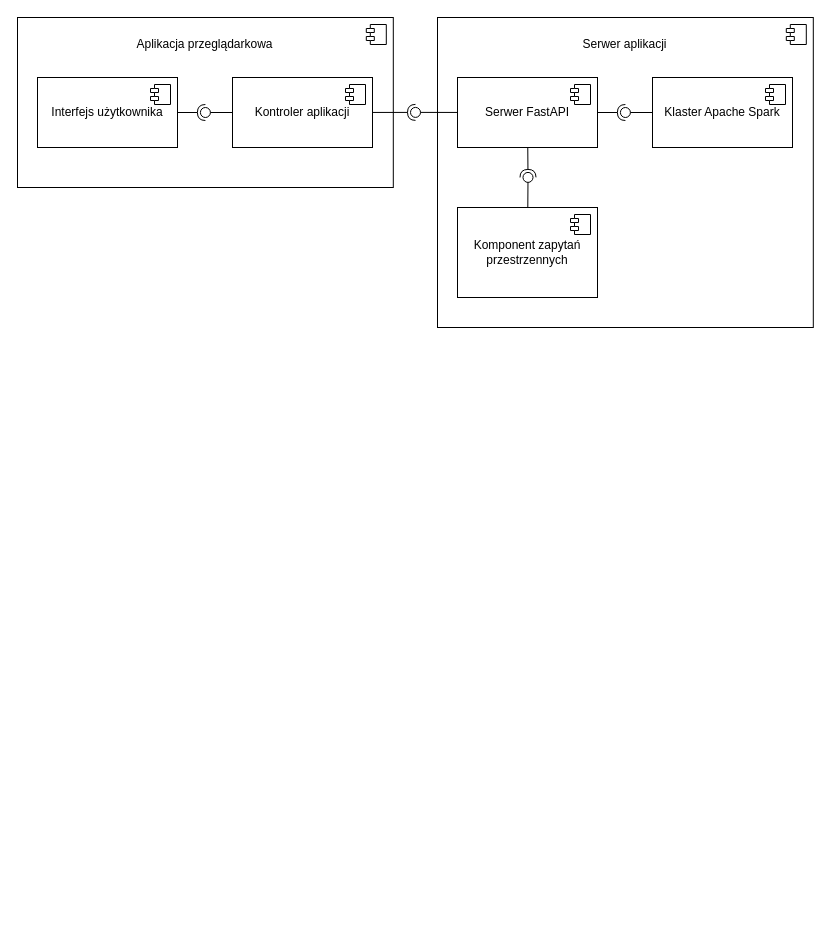
Before: geoprison_diagrams.drawio in radekaadek/geoprison, a draw.io diagram. Source tidied: cells renumbered, new cells numbered last; positions are measured from the earlier drawing's top-left corner, leaving out a move shared by most shapes. Both pictures are drawn from the tidied source at 100%, with x=0, y=0 at pixel (17, 17).
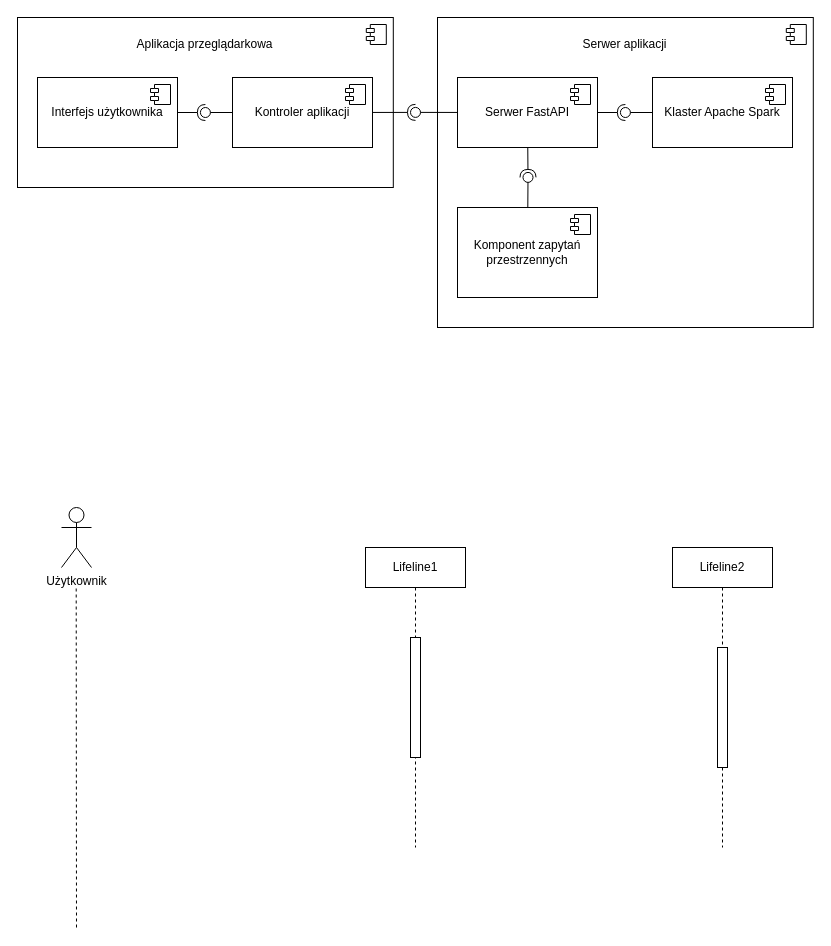
After the change.

Change to the diagram source:
```diff
@@
+    <mxCell id="28" value="Użytkownik" style="shape=umlActor;verticalLabelPosition=bottom;verticalAlign=top;html=1;" parent="1" vertex="1">
+      <mxGeometry x="44" y="490" width="30" height="60" as="geometry" />
+    </mxCell>
+    <mxCell id="29" value="Lifeline2" style="shape=umlLifeline;perimeter=lifelinePerimeter;whiteSpace=wrap;html=1;newEdgeStyle={&quot;edgeStyle&quot;:&quot;elbowEdgeStyle&quot;,&quot;elbow&quot;:&quot;vertical&quot;,&quot;curved&quot;:0,&quot;rounded&quot;:0};" parent="1" vertex="1">
+      <mxGeometry x="655" y="530" width="100" height="300" as="geometry" />
+    </mxCell>
+    <mxCell id="30" style="html=1;perimeter=orthogonalPerimeter;targetShapes=umlLifeline;newEdgeStyle={&quot;curved&quot;:0,&quot;rounded&quot;:0};" parent="29" vertex="1">
+      <mxGeometry x="45" y="100" width="10" height="120" as="geometry" />
+    </mxCell>
+    <mxCell id="31" value="Lifeline1" style="shape=umlLifeline;perimeter=lifelinePerimeter;whiteSpace=wrap;html=1;newEdgeStyle={&quot;edgeStyle&quot;:&quot;elbowEdgeStyle&quot;,&quot;elbow&quot;:&quot;vertical&quot;,&quot;curved&quot;:0,&quot;rounded&quot;:0};" parent="1" vertex="1">
+      <mxGeometry x="348" y="530" width="100" height="300" as="geometry" />
+    </mxCell>
+    <mxCell id="32" style="html=1;perimeter=orthogonalPerimeter;targetShapes=umlLifeline;newEdgeStyle={&quot;curved&quot;:0,&quot;rounded&quot;:0};" parent="31" vertex="1">
+      <mxGeometry x="45" y="90" width="10" height="120" as="geometry" />
+    </mxCell>
+    <mxCell id="33" style="endArrow=none;dashed=1;html=1;rounded=0;" parent="1" edge="1">
+      <mxGeometry relative="1" as="geometry">
+        <mxPoint x="59" y="910" as="sourcePoint" />
+        <mxPoint x="58.7" y="570" as="targetPoint" />
+      </mxGeometry>
+    </mxCell>
```
